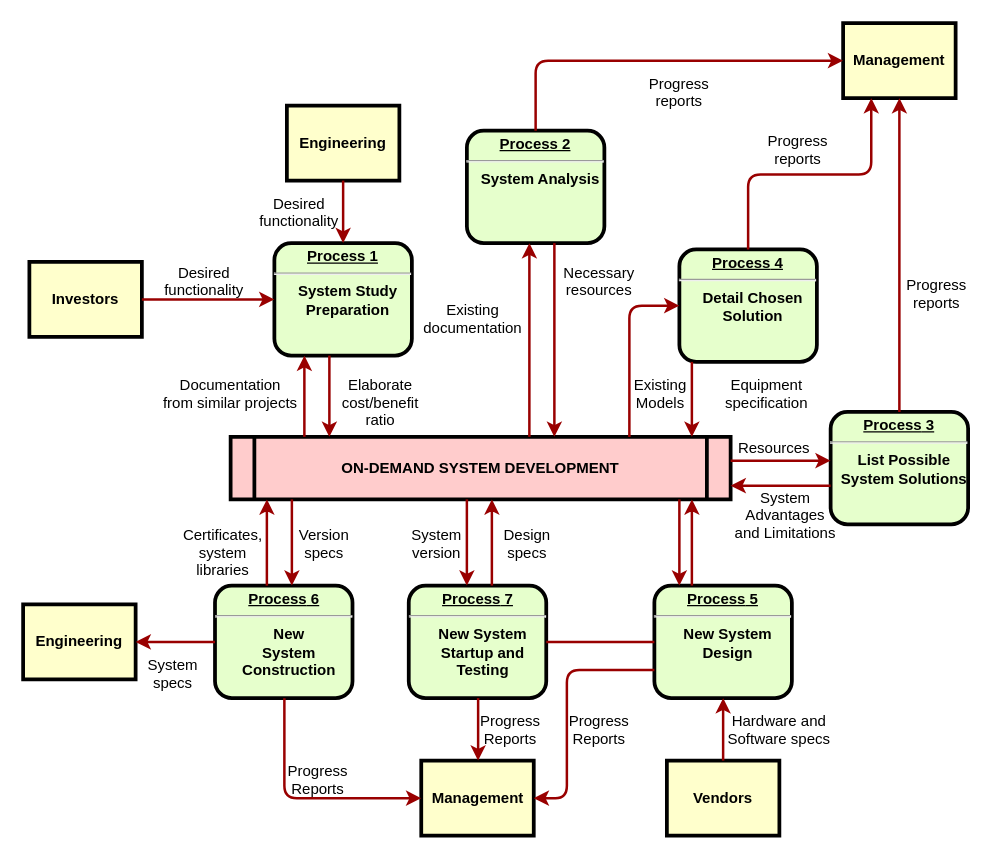
Before: 未命名绘图.drawio in RockyJoee/blog, a draw.io diagram. Source tidied: cells renumbered, new cells numbered last; positions are measured from the earlier drawing's top-left corner, leaving out a move shared by most shapes. Both pictures are drawn from the tidied source at 125%, with x=0, y=0 at pixel (22, 22).
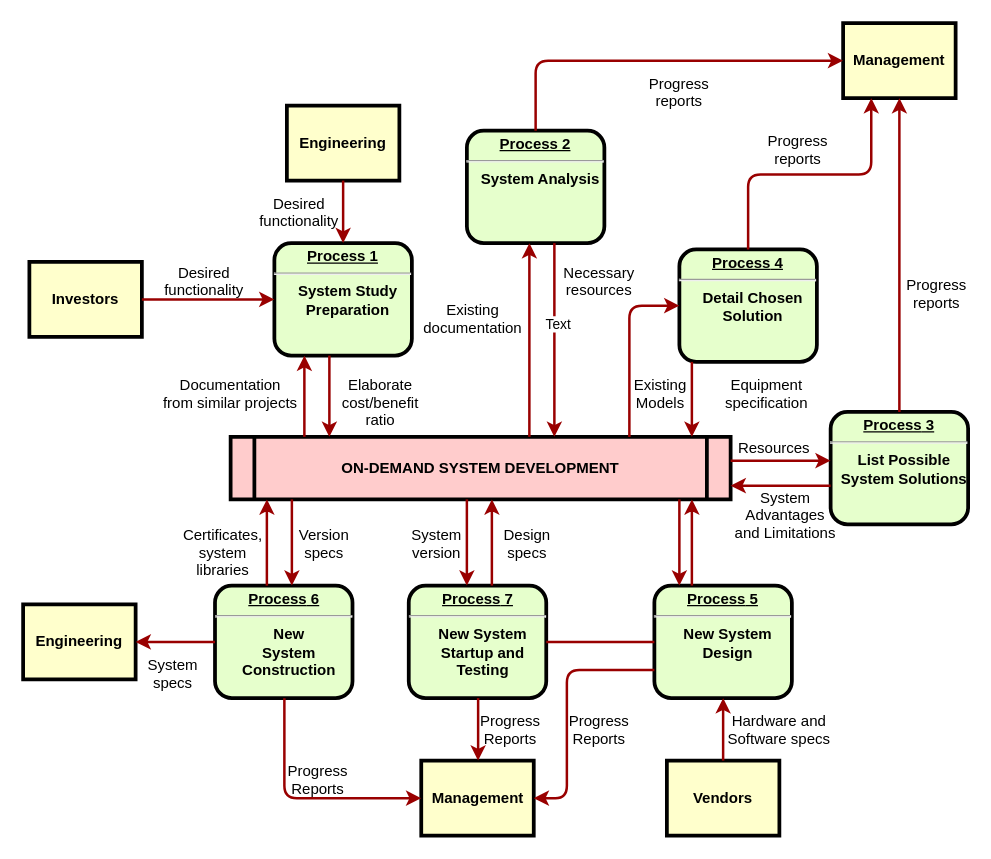
After the change.

Commit message:
算法平台业务流程图

Unchanged cells that the change refers to:
```xml
<mxCell id="26" style="edgeStyle=elbowEdgeStyle;elbow=horizontal;strokeColor=#990000;strokeWidth=2;" parent="1" edge="1" source="6" target="5">
  <mxGeometry relative="1" as="geometry">
    <Array as="points">
      <mxPoint x="425" y="260" />
    </Array>
  </mxGeometry>
</mxCell>
```

Change to the diagram source:
```diff
@@
+    <mxCell id="63" value="Text" style="edgeLabel;html=1;align=center;verticalAlign=middle;" parent="26" vertex="1">
+      <mxGeometry x="-0.17" y="2" relative="1" as="geometry" />
+    </mxCell>
```
